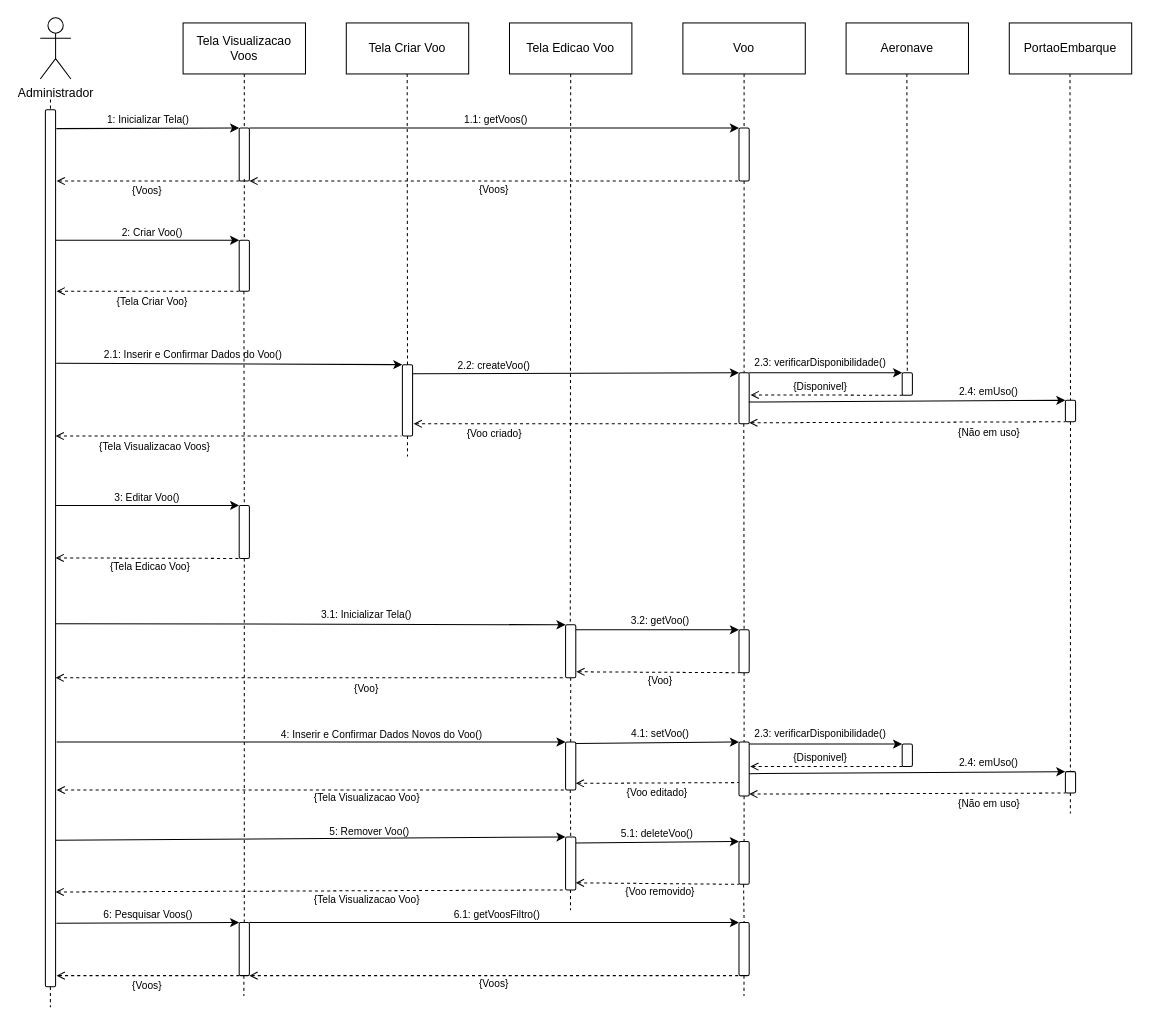
Above: Diagramas/Eng_de_Software/Modelos/Sequencia/Manter_Voos.drawio in GabrielGMori/trabalho-conclus-o-ano (draw.io), before the change. Source tidied: cells renumbered, new cells numbered last; positions are measured from the earlier drawing's top-left corner, leaving out a move shared by most shapes. Both pictures are drawn from the tidied source at 102%, with x=0, y=0 at pixel (40, 17).
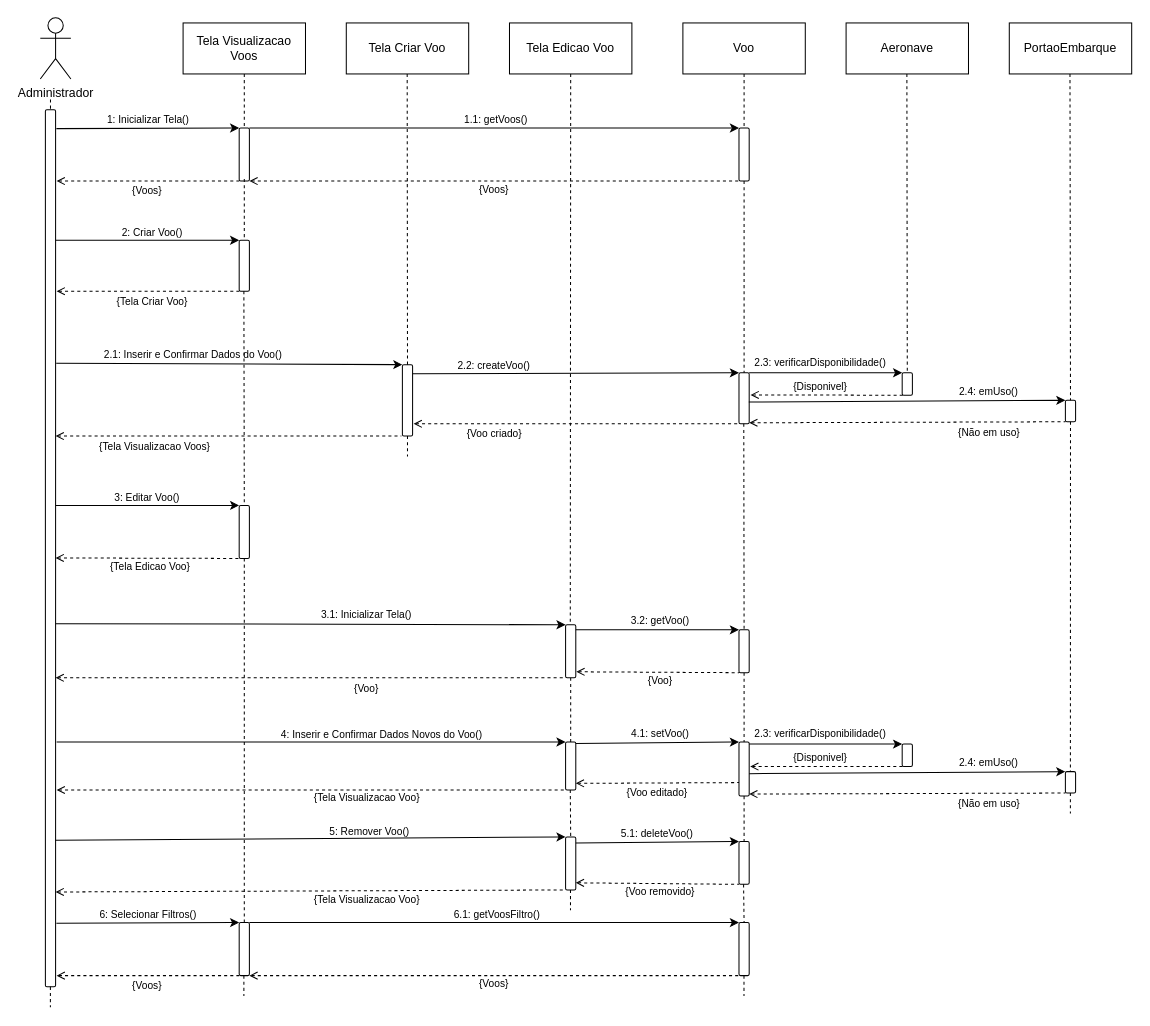
The same page after the edit.

What changed in the source:
```diff
@@
-    <mxCell id="90" value="&lt;font&gt;6: Pesquisar&amp;nbsp;&lt;/font&gt;&lt;font&gt;&lt;/font&gt;Voo&lt;font&gt;s()&lt;/font&gt;" style="text;html=1;align=center;verticalAlign=middle;whiteSpace=wrap;rounded=0;fontSize=10;" parent="1" vertex="1">
+    <mxCell id="90" value="&lt;font style=&quot;border-color: var(--border-color);&quot;&gt;6:&amp;nbsp;&lt;/font&gt;&lt;font style=&quot;border-color: var(--border-color);&quot;&gt;&lt;font style=&quot;border-color: var(--border-color);&quot;&gt;Selecionar Filtros&lt;/font&gt;&lt;font style=&quot;border-color: var(--border-color);&quot;&gt;()&lt;/font&gt;&lt;/font&gt;" style="text;html=1;align=center;verticalAlign=middle;whiteSpace=wrap;rounded=0;fontSize=10;" parent="1" vertex="1">
       <mxGeometry x="26" y="869" width="160" height="20" as="geometry" />
     </mxCell>
```
